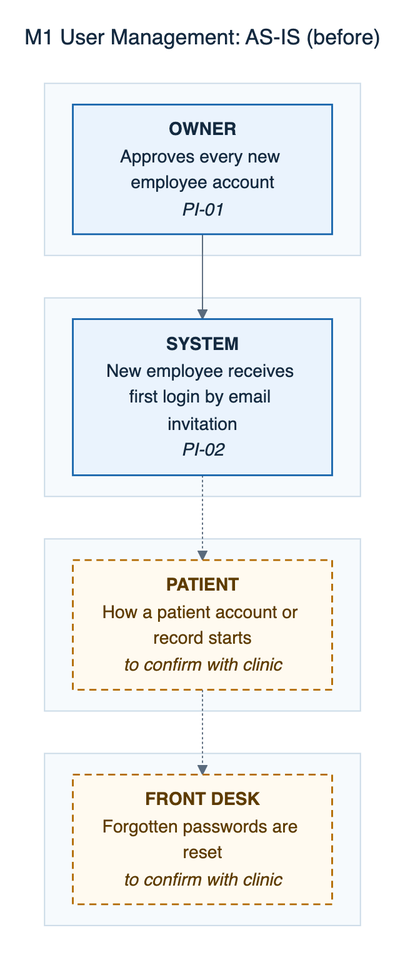
This is docs/defense/diagrams/png/M1-user-management-as-is.png from 0phem/multibranch-dental-clinic, a Mermaid export, as it was before one commit. Its source is kept beside it as docs/defense/diagrams/M1-user-management-as-is.mmd.
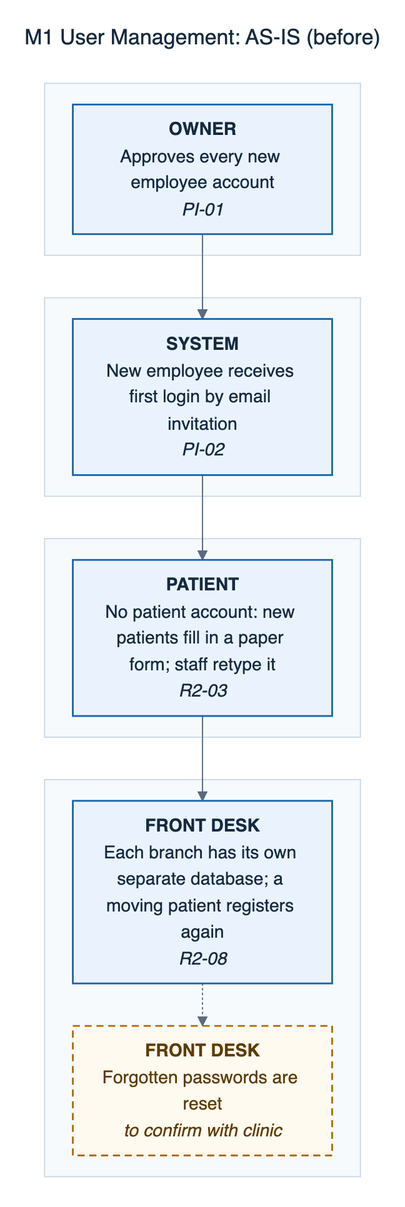
The same file after the commit.

Change to the diagram source:
```diff
@@ -4,11 +4,12 @@
 flowchart TB
     subgraph L0[" "]
     direction LR
-      S2["<b>PATIENT</b><br/>How a patient account or record starts<br/><i>to confirm with clinic</i>"]:::confirm
+      S2["<b>PATIENT</b><br/>No patient account: new patients fill in a paper form; staff retype it<br/><i>R2-03</i>"]:::cited
     end
     subgraph L1[" "]
     direction LR
-      S3["<b>FRONT DESK</b><br/>Forgotten passwords are reset<br/><i>to confirm with clinic</i>"]:::confirm
+      S3["<b>FRONT DESK</b><br/>Each branch has its own separate database; a moving patient registers again<br/><i>R2-08</i>"]:::cited
+      S4["<b>FRONT DESK</b><br/>Forgotten passwords are reset<br/><i>to confirm with clinic</i>"]:::confirm
     end
     subgraph L3[" "]
     direction LR
@@ -19,8 +20,9 @@
       S1["<b>SYSTEM</b><br/>New employee receives first login by email invitation<br/><i>PI-02</i>"]:::cited
     end
     S0 --> S1
-    S1 -.-> S2
-    S2 -.-> S3
+    S1 --> S2
+    S2 --> S3
+    S3 -.-> S4
     classDef cited fill:#eaf3fd,stroke:#1865ac,color:#142a40,stroke-width:1.5px
     classDef confirm fill:#fffaf0,stroke:#b26a00,color:#5e3c00,stroke-width:1.5px,stroke-dasharray:6 4
     classDef auto fill:#e6f5ee,stroke:#0c7f75,color:#0f3d33,stroke-width:1.5px
```
